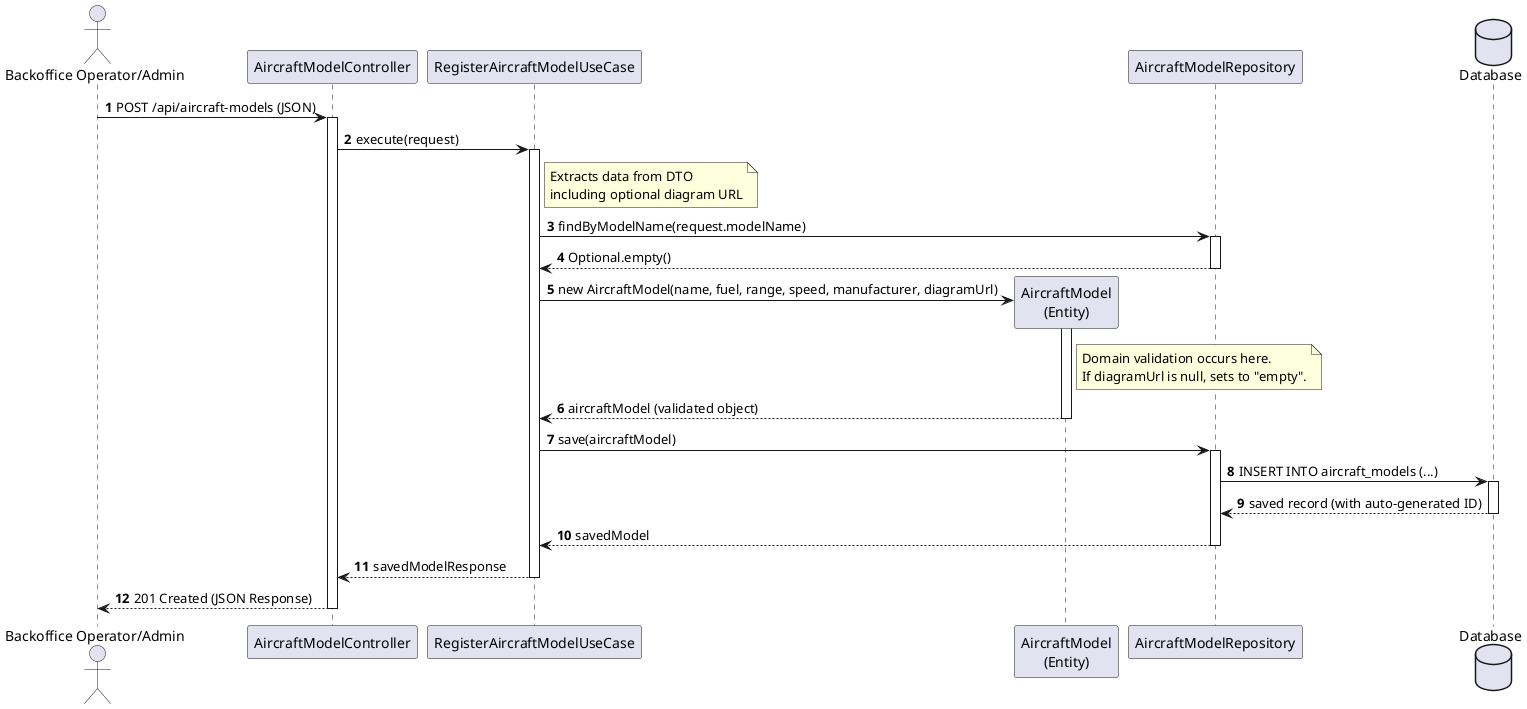
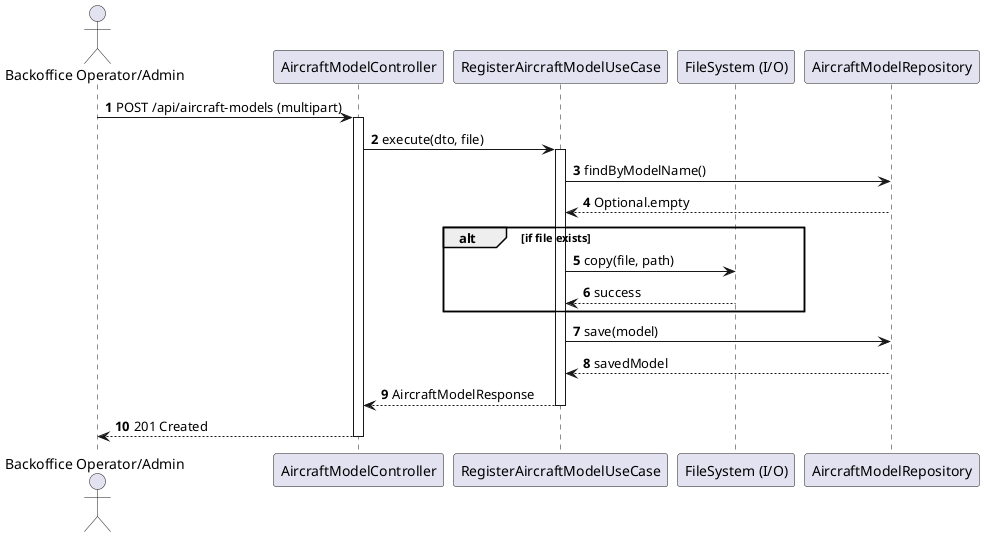
@startuml
autonumber
- actor "Backoffice Operator/Admin" as BO
- participant "AircraftModelController" as Ctrl
- participant "RegisterAircraftModelUseCase" as UC
- participant "AircraftModel\n(Entity)" as Entity
+ actor "Backoffice Operator/Admin" as Operator
+ participant "AircraftModelController" as Controller
+ participant "RegisterAircraftModelUseCase" as UseCase
+ participant "FileSystem (I/O)" as Disk
participant "AircraftModelRepository" as Repo
- database "Database" as DB

- BO -> Ctrl : POST /api/aircraft-models (JSON)
- activate Ctrl
+ Operator -> Controller: POST /api/aircraft-models (multipart)
+ activate Controller

- Ctrl -> UC : execute(request)
- activate UC
+ Controller -> UseCase: execute(dto, file)
+ activate UseCase

- note right of UC: Extracts data from DTO\nincluding optional diagram URL
+ UseCase -> Repo: findByModelName()
+ Repo --> UseCase: Optional.empty

- UC -> Repo : findByModelName(request.modelName)
- activate Repo
- Repo --> UC : Optional.empty()
- deactivate Repo
+ alt if file exists
+     UseCase -> Disk: copy(file, path)
+     Disk --> UseCase: success
+ end

- UC -> Entity ** : new AircraftModel(name, fuel, range, speed, manufacturer, diagramUrl)
- activate Entity
+ UseCase -> Repo: save(model)
+ Repo --> UseCase: savedModel

- note right of Entity: Domain validation occurs here.\nIf diagramUrl is null, sets to "empty".
+ UseCase --> Controller: AircraftModelResponse
+ deactivate UseCase

- Entity --> UC : aircraftModel (validated object)
- deactivate Entity
- 
- UC -> Repo : save(aircraftModel)
- activate Repo
- 
- Repo -> DB : INSERT INTO aircraft_models (...)
- activate DB
- DB --> Repo : saved record (with auto-generated ID)
- deactivate DB
- 
- Repo --> UC : savedModel
- deactivate Repo
- 
- UC --> Ctrl : savedModelResponse
- deactivate UC
- 
- Ctrl --> BO : 201 Created (JSON Response)
- deactivate Ctrl
+ Controller --> Operator: 201 Created
+ deactivate Controller
@enduml